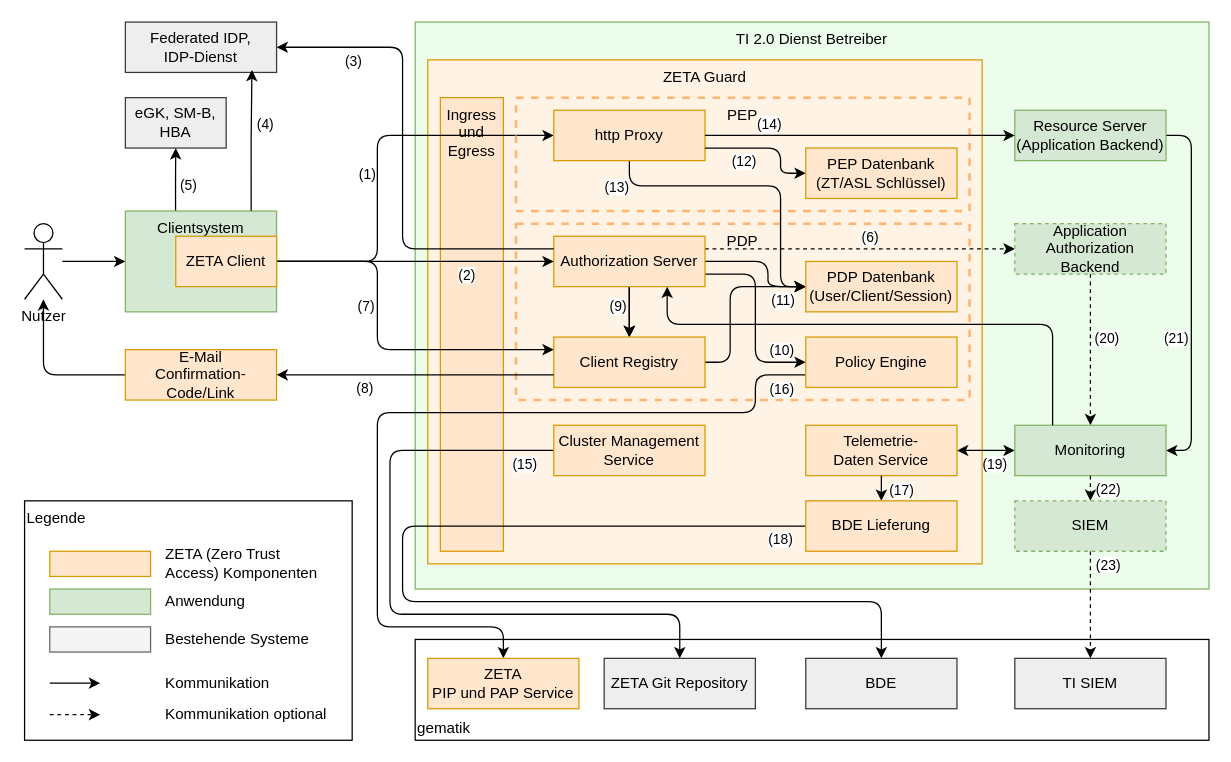
Before: src/drawio/Zero-Trust_Architektur.drawio in gematik/spec-t20r, a draw.io diagram. Source tidied: cells renumbered, new cells numbered last; positions are measured from the earlier drawing's top-left corner, leaving out a move shared by most shapes. Both pictures are drawn from the tidied source at 126%, with x=0, y=0 at pixel (24, 21).
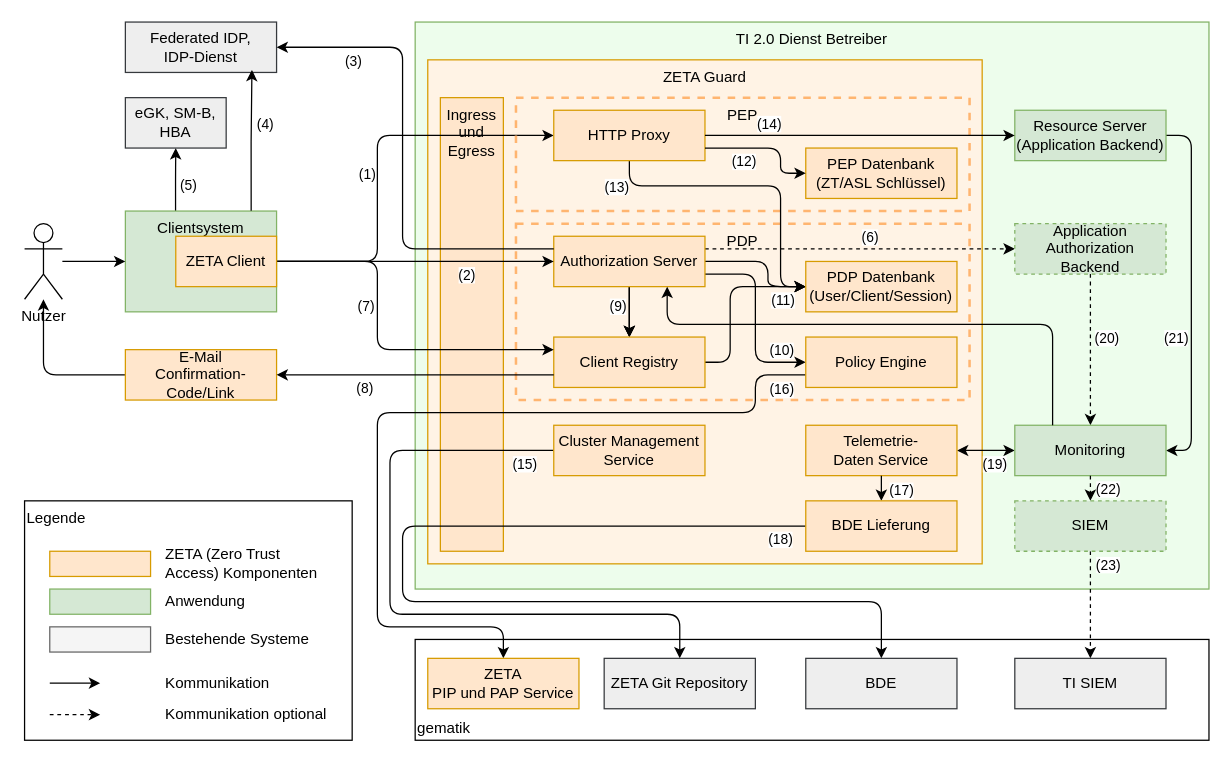
After the change.

What changed in the source:
```diff
@@
-    <mxCell id="83" value="http Proxy" style="rounded=0;whiteSpace=wrap;html=1;fillColor=#ffe6cc;strokeColor=#d79b00;" parent="1" vertex="1">
+    <mxCell id="83" value="HTTP Proxy" style="rounded=0;whiteSpace=wrap;html=1;fillColor=#ffe6cc;strokeColor=#d79b00;" parent="1" vertex="1">
       <mxGeometry x="420" y="70" width="120" height="40" as="geometry" />
     </mxCell>
```
